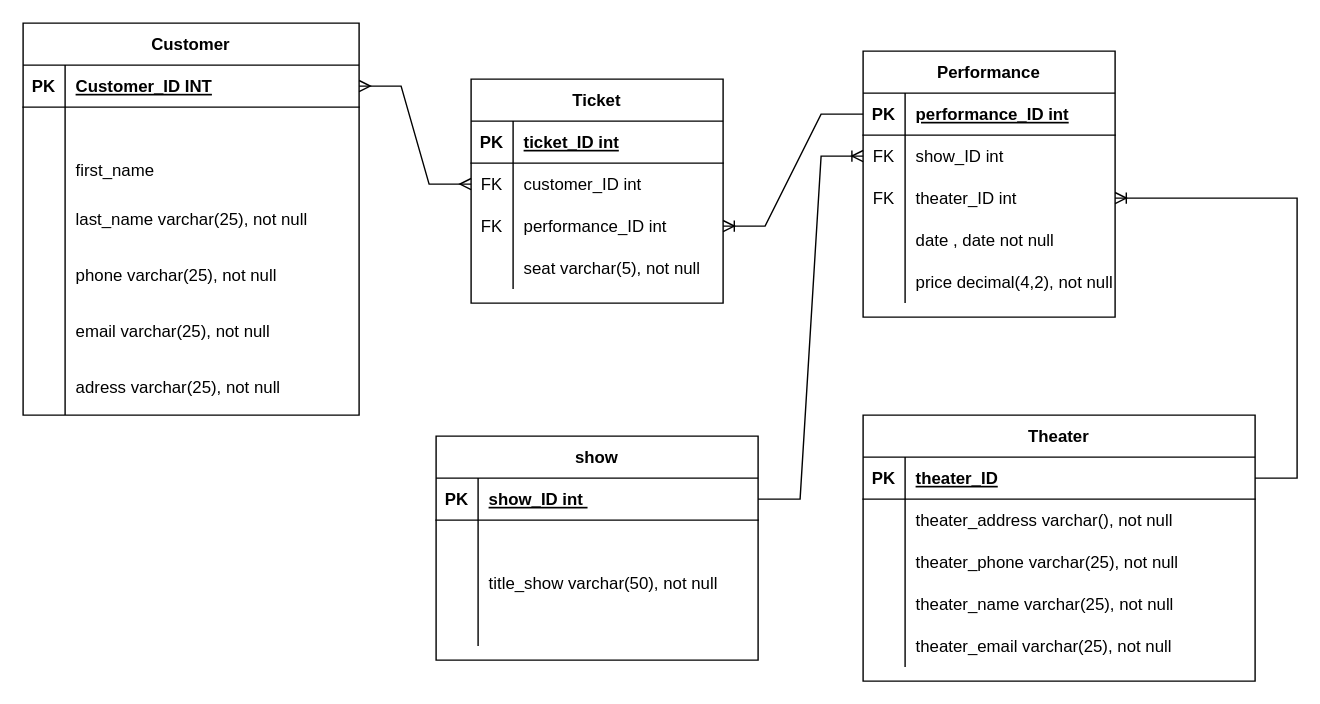
This is M06 Tiny Theaters.drawio from Telmouttaqi/M06-Assessment-Tiny-Theaters, a draw.io file, before an edit. Source tidied: cells renumbered, new cells numbered last; positions are measured from the earlier drawing's top-left corner, leaving out a move shared by most shapes. Both pictures are drawn from the tidied source at 140%, with x=0, y=0 at pixel (22, 22).
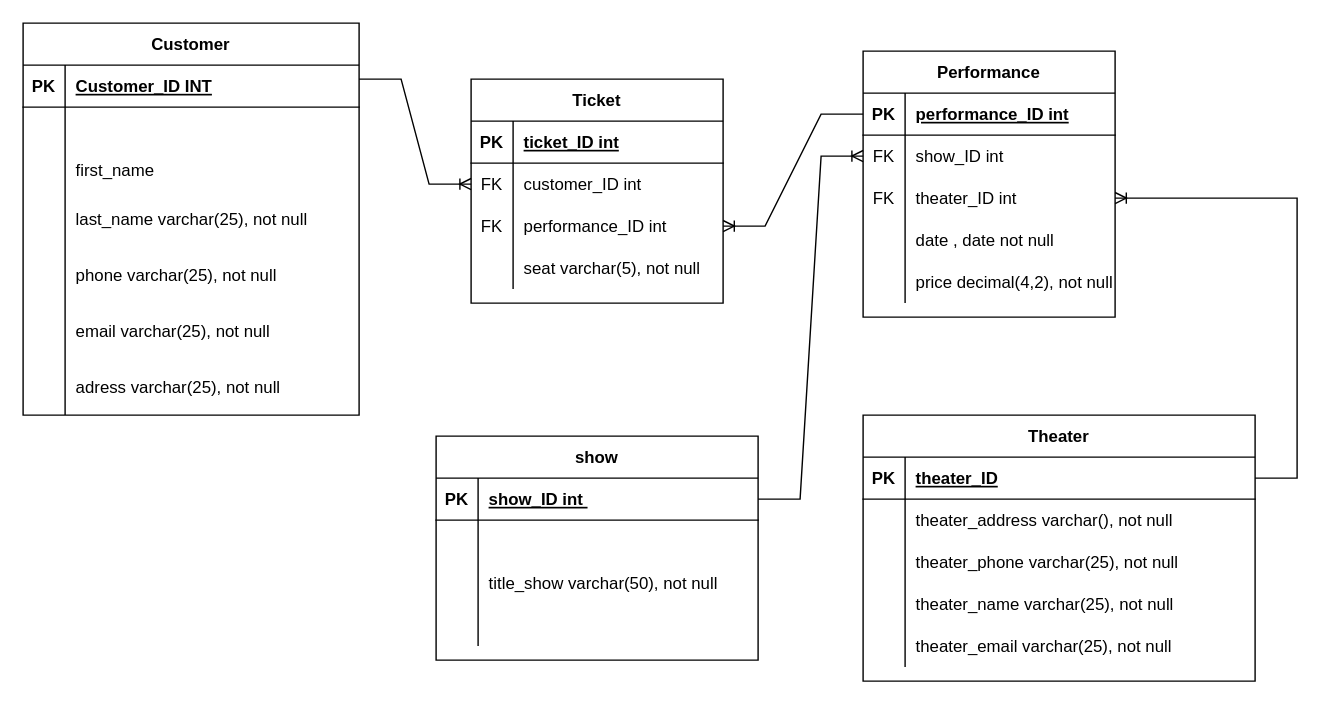
After the change.

Unchanged cells that the change refers to:
```xml
<mxCell id="3" style="shape=tableRow;horizontal=0;startSize=0;swimlaneHead=0;swimlaneBody=0;fillColor=none;points=[[0,0.5],[1,0.5]];portConstraint=eastwest;top=0;left=0;right=0;bottom=1;" parent="2" vertex="1">
  <mxGeometry y="30" width="240" height="30" as="geometry" />
</mxCell>
<mxCell id="28" style="shape=tableRow;horizontal=0;startSize=0;swimlaneHead=0;swimlaneBody=0;fillColor=none;points=[[0,0.5],[1,0.5]];portConstraint=eastwest;top=0;left=0;right=0;bottom=0;" parent="24" vertex="1">
  <mxGeometry y="60" width="180" height="30" as="geometry" />
</mxCell>
```

Change to the diagram source:
```diff
@@
-    <mxCell id="85" style="edgeStyle=entityRelationEdgeStyle;fontSize=12;html=1;endArrow=ERmany;startArrow=ERmany;rounded=0;entryX=0;entryY=0.5;entryDx=0;entryDy=0;exitX=1;exitY=0.5;exitDx=0;exitDy=0;" parent="1" edge="1" source="3" target="28">
-      <mxGeometry relative="1" as="geometry" />
-    </mxCell>
+    <mxCell id="86" style="edgeStyle=entityRelationEdgeStyle;fontSize=12;html=1;endArrow=ERoneToMany;rounded=0;entryX=0;entryY=0.5;entryDx=0;entryDy=0;" parent="1" edge="1" target="28">
+      <mxGeometry relative="1" as="geometry">
+        <mxPoint x="240" y="40" as="sourcePoint" />
+      </mxGeometry>
+    </mxCell>
```
